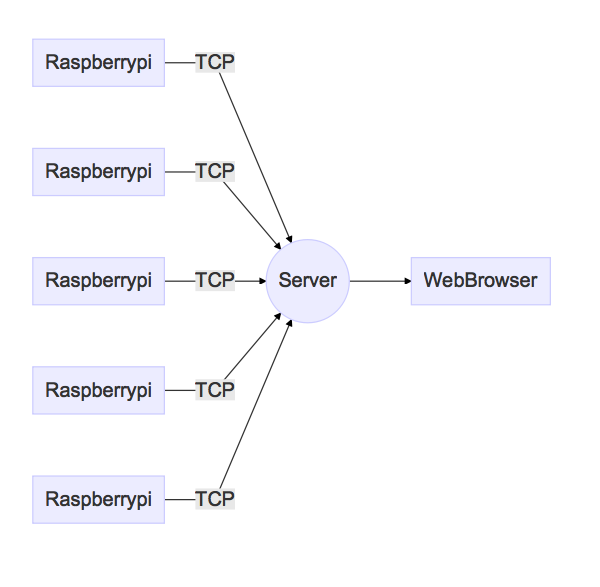
Above: empty_room.mmd.png in chocopy-telco/EmptyRoomCheck (Mermaid), before the change. Its source is kept beside it as empty_room.mmd. Source of this version:
```mermaid
graph LR
    A[Raspberrypi] -- TCP --> Main((Server))
    B[Raspberrypi] -- TCP --> Main((Server))
    C[Raspberrypi] -- TCP --> Main((Server))
    D[Raspberrypi] -- TCP --> Main((Server))
    E[Raspberrypi] -- TCP --> Main((Server))
    Main --> WebBrowser
```
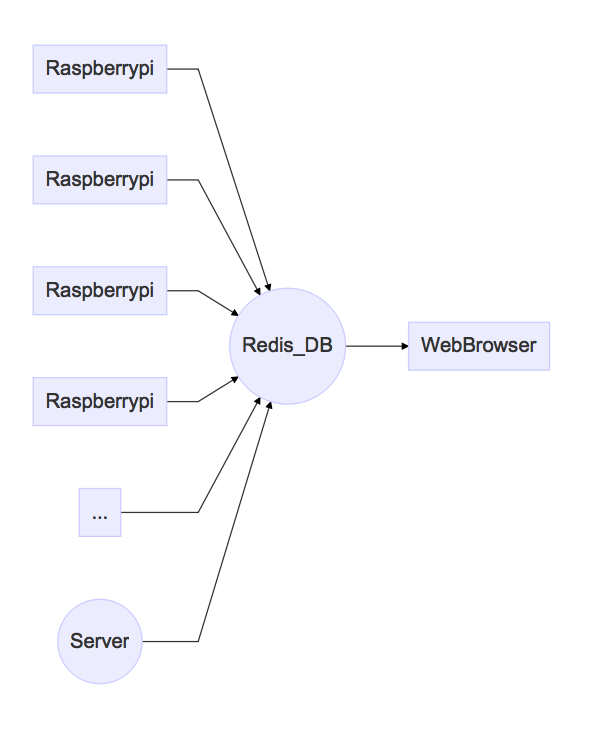
After the change.

Commit message:
FIX system structure

Diff of the diagram source:
```diff
@@ -1,7 +1,8 @@
 graph LR
-    A[Raspberrypi] -- TCP --> Main((Server))
-    B[Raspberrypi] -- TCP --> Main((Server))
-    C[Raspberrypi] -- TCP --> Main((Server))
-    D[Raspberrypi] -- TCP --> Main((Server))
-    E[Raspberrypi] -- TCP --> Main((Server))
+    A[Raspberrypi] --> Main((Redis_DB))
+    B[Raspberrypi] --> Main((Redis_DB))
+    C[Raspberrypi] --> Main((Redis_DB))
+    D[Raspberrypi] --> Main((Redis_DB))
+    E[...] --> Main((Redis_DB))
     Main --> WebBrowser
+    F((Server)) --> Main((Redis_DB))
```
